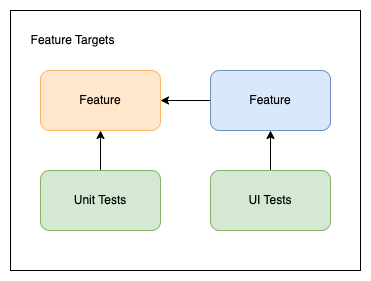
This is Images/ModuleTargets.drawio.png from ronanociosoig-200/Tuist-Pokedex, a draw.io export, as it was before one commit. Source tidied: cells renumbered, new cells last; positions are measured from the earlier drawing's top-left corner, leaving out a move shared by most shapes.
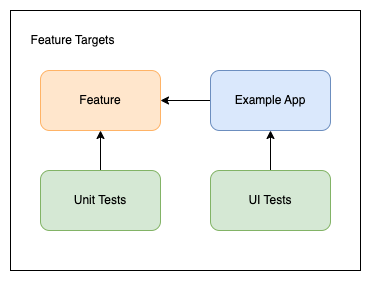
After the change.

Commit message:
Fix title in the module targets image

Diff of the diagram source:
```diff
@@ -26,7 +26,7 @@
     <mxCell id="9" style="edgeStyle=orthogonalEdgeStyle;rounded=0;jettySize=auto;html=1;exitX=0;exitY=0.5;exitDx=0;exitDy=0;entryX=1;entryY=0.5;entryDx=0;entryDy=0;" parent="1" edge="1" source="10" target="3">
       <mxGeometry relative="1" as="geometry" />
     </mxCell>
-    <mxCell id="10" value="Feature" style="rounded=1;whiteSpace=wrap;html=1;fillColor=#dae8fc;strokeColor=#6c8ebf;" parent="1" vertex="1">
+    <mxCell id="10" value="Example App" style="rounded=1;whiteSpace=wrap;html=1;fillColor=#dae8fc;strokeColor=#6c8ebf;" parent="1" vertex="1">
       <mxGeometry x="200" y="60" width="120" height="60" as="geometry" />
     </mxCell>
   </root>
```
